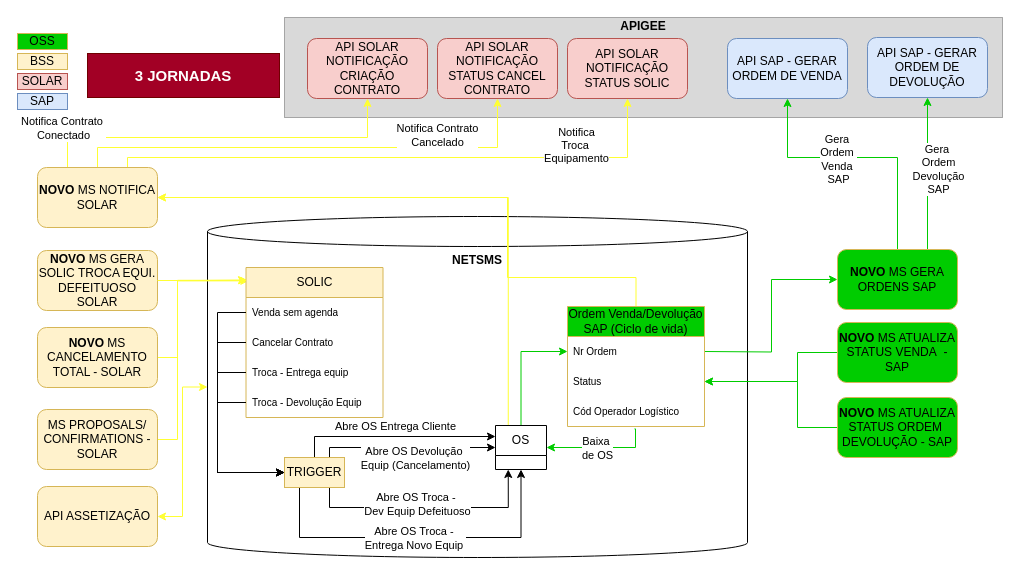
Before: page "NETsales 8a base v13.05" (16 of 17) of 103976_106614-Entrega de equipamento via meio alternativo-Correios.drawio in samirali/ClaroBrasil, a draw.io diagram. Source tidied: cells renumbered, new cells numbered last; positions are measured from the earlier drawing's top-left corner, leaving out a move shared by most shapes. Both pictures are drawn from the tidied source at 100%, with x=0, y=0 at pixel (17, 17).
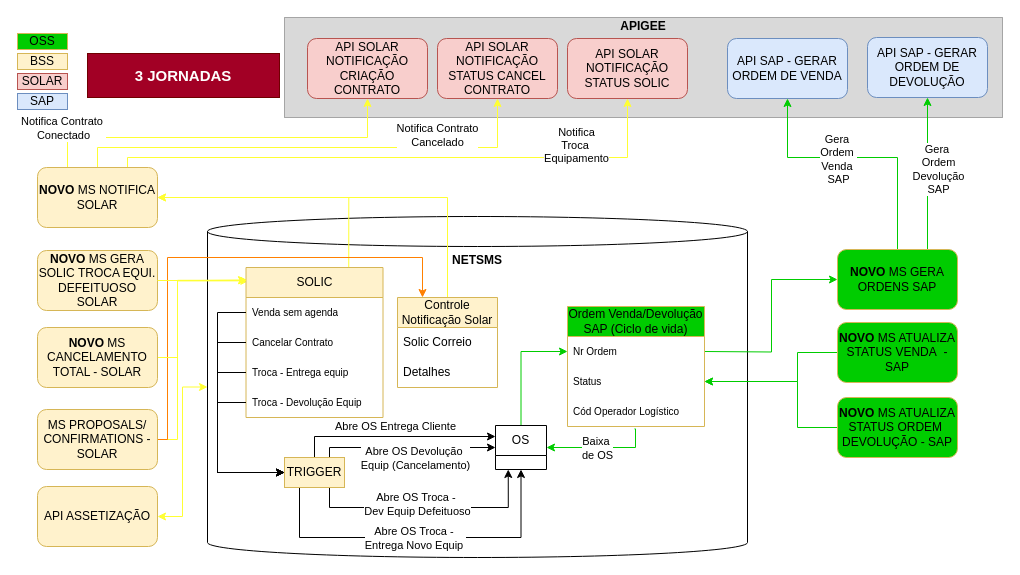
The same page after the edit.

Unchanged cells that the change refers to:
```xml
<mxCell id="10" value="OS" style="swimlane;fontStyle=0;horizontal=1;startSize=30;whiteSpace=wrap;html=1;" parent="1" vertex="1">
  <mxGeometry x="478" y="408" width="51" height="44" as="geometry" />
</mxCell>
<mxCell id="21" value="MS PROPOSALS/&lt;div&gt;CONFIRMATIONS - SOLAR&lt;/div&gt;" style="rounded=1;whiteSpace=wrap;html=1;fillColor=#fff2cc;strokeColor=#d6b656;" parent="1" vertex="1">
  <mxGeometry x="20" y="392" width="120" height="60" as="geometry" />
</mxCell>
<mxCell id="26" value="SOLIC" style="swimlane;fontStyle=0;horizontal=1;startSize=30;whiteSpace=wrap;html=1;fillColor=#fff2cc;strokeColor=#d6b656;" parent="1" vertex="1">
  <mxGeometry x="228.5" y="250" width="137" height="150" as="geometry" />
</mxCell>
<mxCell id="54" value="&lt;b&gt;NOVO &lt;/b&gt;MS NOTIFICA SOLAR" style="rounded=1;whiteSpace=wrap;html=1;fillColor=#fff2cc;strokeColor=#d6b656;" parent="1" vertex="1">
  <mxGeometry x="20" y="150" width="120" height="60" as="geometry" />
</mxCell>
```

What changed in the source:
```diff
@@
-    <mxCell id="9" style="edgeStyle=orthogonalEdgeStyle;rounded=0;hachureGap=4;jettySize=auto;html=1;entryX=1;entryY=0.5;entryDx=0;entryDy=0;fontFamily=Architects Daughter;strokeColor=#FFFF33;exitX=0.25;exitY=0;exitDx=0;exitDy=0;" parent="1" edge="1" source="10" target="54">
+    <mxCell id="9" style="edgeStyle=orthogonalEdgeStyle;rounded=0;hachureGap=4;jettySize=auto;html=1;entryX=1;entryY=0.5;entryDx=0;entryDy=0;fontFamily=Architects Daughter;strokeColor=#FFFF33;exitX=0.75;exitY=0;exitDx=0;exitDy=0;" parent="1" edge="1" source="26" target="54">
       <mxGeometry relative="1" as="geometry">
         <Array as="points">
-          <mxPoint x="491" y="180" />
+          <mxPoint x="331" y="180" />
         </Array>
       </mxGeometry>
     </mxCell>
@@
+    <mxCell id="72" style="edgeStyle=orthogonalEdgeStyle;rounded=0;hachureGap=4;jettySize=auto;html=1;entryX=0.25;entryY=0;entryDx=0;entryDy=0;fontFamily=Architects Daughter;strokeColor=#FF8000;" parent="1" edge="1" source="21" target="73">
+      <mxGeometry relative="1" as="geometry">
+        <Array as="points">
+          <mxPoint x="150" y="422" />
+          <mxPoint x="150" y="240" />
+          <mxPoint x="405" y="240" />
+        </Array>
+      </mxGeometry>
+    </mxCell>
@@
-    <mxCell id="66" style="edgeStyle=orthogonalEdgeStyle;rounded=0;hachureGap=4;jettySize=auto;html=1;entryX=1;entryY=0.5;entryDx=0;entryDy=0;fontFamily=Architects Daughter;strokeColor=#FFFF33;exitX=0.5;exitY=0;exitDx=0;exitDy=0;" parent="1" edge="1" target="54">
+    <mxCell id="66" style="edgeStyle=orthogonalEdgeStyle;rounded=0;hachureGap=4;jettySize=auto;html=1;entryX=1;entryY=0.5;entryDx=0;entryDy=0;fontFamily=Architects Daughter;strokeColor=#FFFF33;exitX=0.5;exitY=0;exitDx=0;exitDy=0;" parent="1" edge="1" source="73" target="54">
       <mxGeometry relative="1" as="geometry">
-        <mxPoint x="618.5" y="289" as="sourcePoint" />
         <Array as="points">
-          <mxPoint x="619" y="260" />
-          <mxPoint x="490" y="260" />
-          <mxPoint x="490" y="180" />
+          <mxPoint x="430" y="180" />
         </Array>
       </mxGeometry>
     </mxCell>
@@
+    <mxCell id="73" value="Controle Notificação Solar" style="swimlane;fontStyle=0;horizontal=1;startSize=30;whiteSpace=wrap;html=1;hachureGap=4;fontFamily=Helvetica;fillColor=#fff2cc;strokeColor=#d6b656;" parent="1" vertex="1">
+      <mxGeometry x="380" y="280" width="100" height="90" as="geometry" />
+    </mxCell>
+    <mxCell id="74" value="Solic Correio" style="text;strokeColor=none;fillColor=none;align=left;verticalAlign=middle;spacingLeft=4;spacingRight=4;overflow=hidden;whiteSpace=wrap;html=1;fontFamily=Helvetica;" parent="73" vertex="1">
+      <mxGeometry y="30" width="100" height="30" as="geometry" />
+    </mxCell>
+    <mxCell id="75" value="Detalhes" style="text;strokeColor=none;fillColor=none;align=left;verticalAlign=middle;spacingLeft=4;spacingRight=4;overflow=hidden;whiteSpace=wrap;html=1;fontFamily=Helvetica;" parent="73" vertex="1">
+      <mxGeometry y="60" width="100" height="30" as="geometry" />
+    </mxCell>
```
